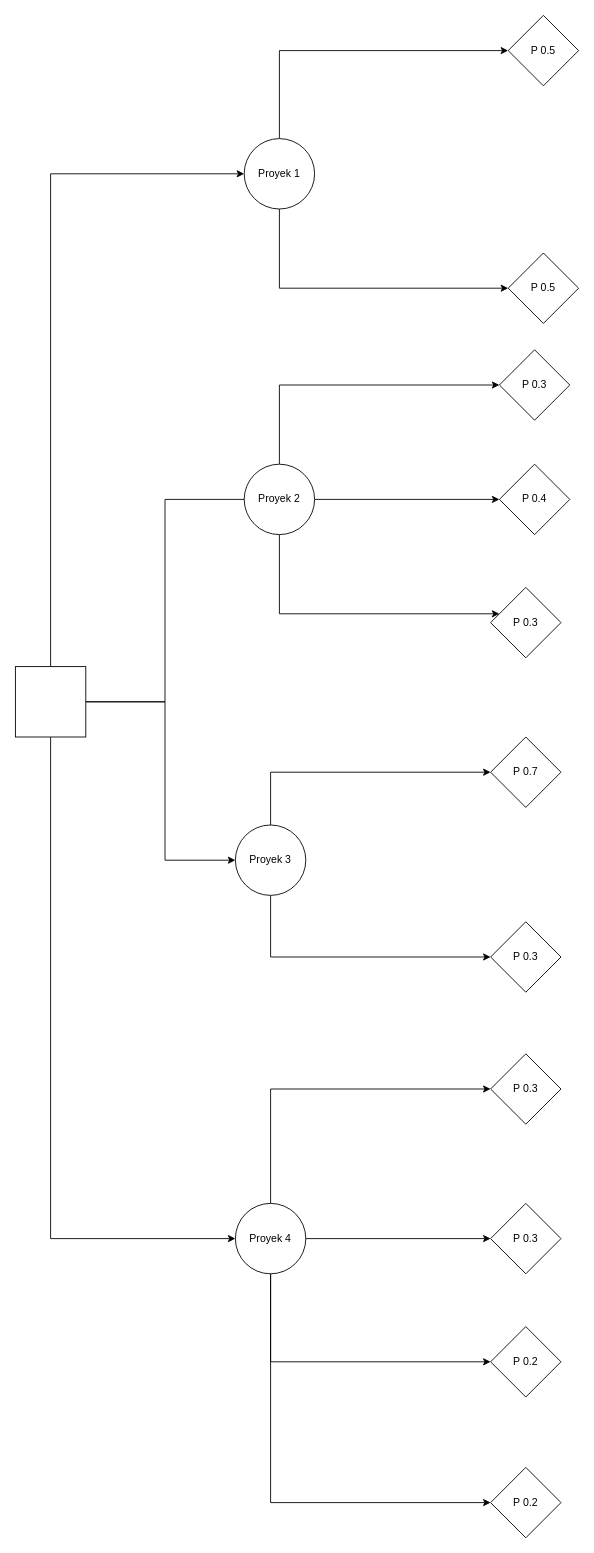
This is week13.drawio from thirza258/draw.io, a draw.io file, before an edit. Source tidied: cells renumbered, new cells numbered last; positions are measured from the earlier drawing's top-left corner, leaving out a move shared by most shapes. Both pictures are drawn from the tidied source at 88%, with x=0, y=0 at pixel (15, 15).
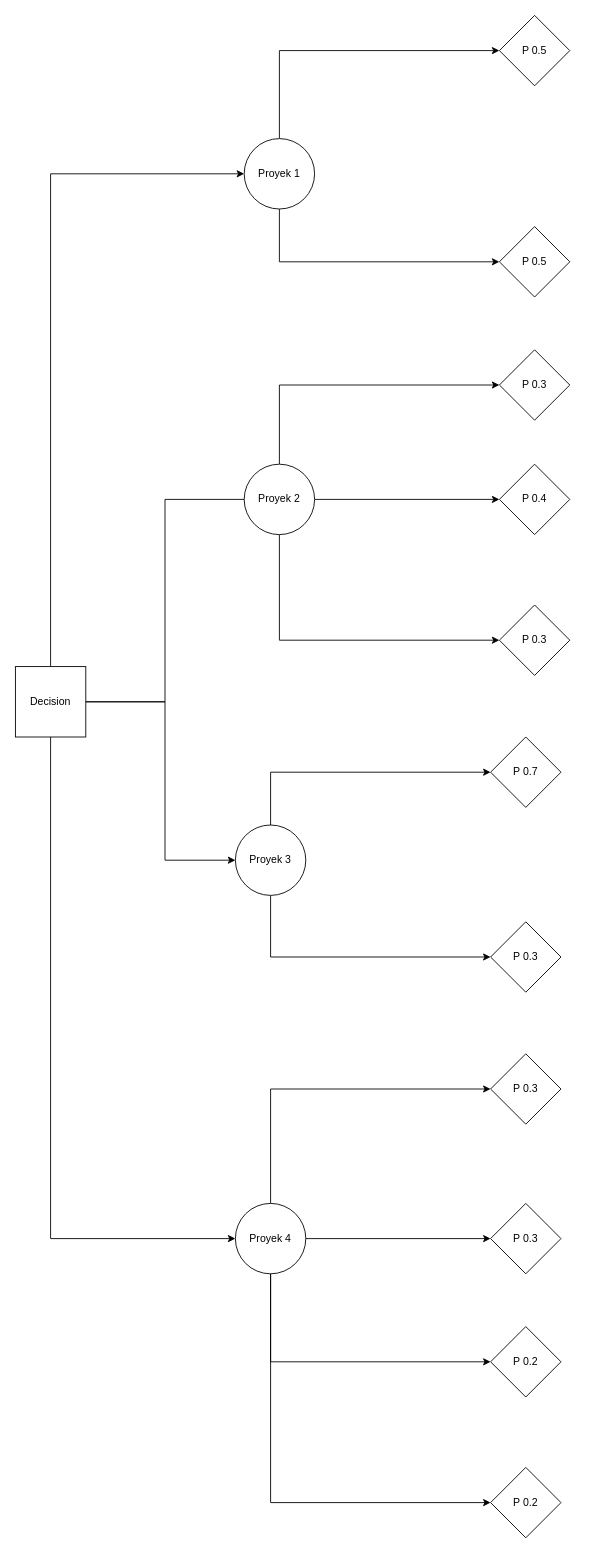
The same page after the edit.

Unchanged cells that the change refers to:
```xml
<mxCell id="10" value="Proyek 2" style="ellipse;whiteSpace=wrap;html=1;" parent="1" vertex="1">
  <mxGeometry x="260" y="510" width="80" height="80" as="geometry" />
</mxCell>
<mxCell id="21" value="Proyek 1" style="ellipse;whiteSpace=wrap;html=1;" parent="1" vertex="1">
  <mxGeometry x="260" y="140" width="80" height="80" as="geometry" />
</mxCell>
```

Change to the diagram source:
```diff
@@
-    <mxCell id="5" style="whiteSpace=wrap;html=1;" parent="1" vertex="1">
+    <mxCell id="5" value="Decision" style="whiteSpace=wrap;html=1;" parent="1" vertex="1">
       <mxGeometry y="740" width="80" height="80" as="geometry" />
     </mxCell>
@@
     <mxCell id="8" style="edgeStyle=orthogonalEdgeStyle;rounded=0;jettySize=auto;html=1;" parent="1" edge="1" source="10" target="25">
       <mxGeometry relative="1" as="geometry">
         <Array as="points">
-          <mxPoint x="300" y="680" />
+          <mxPoint x="300" y="710" />
         </Array>
       </mxGeometry>
     </mxCell>
@@
     <mxCell id="20" style="edgeStyle=orthogonalEdgeStyle;rounded=0;jettySize=auto;html=1;" parent="1" edge="1" source="21" target="23">
       <mxGeometry relative="1" as="geometry">
         <Array as="points">
-          <mxPoint x="300" y="310" />
+          <mxPoint x="300" y="280" />
         </Array>
       </mxGeometry>
     </mxCell>
@@
     <mxCell id="22" value="P 0.5" style="rhombus;whiteSpace=wrap;html=1;" parent="1" vertex="1">
-      <mxGeometry x="560" width="80" height="80" as="geometry" />
+      <mxGeometry x="550" width="80" height="80" as="geometry" />
     </mxCell>
     <mxCell id="23" value="P 0.5" style="rhombus;whiteSpace=wrap;html=1;" parent="1" vertex="1">
-      <mxGeometry x="560" y="270" width="80" height="80" as="geometry" />
+      <mxGeometry x="550" y="240" width="80" height="80" as="geometry" />
     </mxCell>
@@
     <mxCell id="25" value="P 0.3" style="rhombus;whiteSpace=wrap;html=1;" parent="1" vertex="1">
-      <mxGeometry x="540" y="650" width="80" height="80" as="geometry" />
+      <mxGeometry x="550" y="670" width="80" height="80" as="geometry" />
     </mxCell>
```
